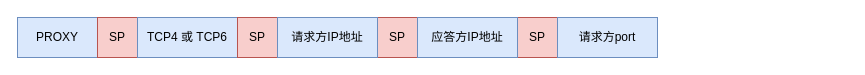
Above: HTTp.drawio in moonlightop/Blog (draw.io), before the change. Source tidied: cells renumbered, new cells numbered last; positions are measured from the earlier drawing's top-left corner, leaving out a move shared by most shapes. Both pictures are drawn from the tidied source at 100%, with x=0, y=0 at pixel (17, 17).
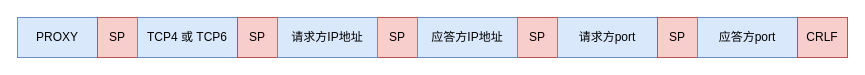
Above is the later version.

Change to the diagram source:
```diff
@@
 <mxGraphModel>
   <root>
     <mxCell id="0" />
     <mxCell id="1" parent="0" />
     <mxCell id="2" value="PROXY" style="rounded=0;whiteSpace=wrap;html=1;fillColor=#dae8fc;strokeColor=#6c8ebf;" parent="1" vertex="1">
       <mxGeometry width="80" height="40" as="geometry" />
     </mxCell>
     <mxCell id="3" value="SP" style="rounded=0;whiteSpace=wrap;html=1;fillColor=#f8cecc;strokeColor=#b85450;" parent="1" vertex="1">
       <mxGeometry x="80" width="40" height="40" as="geometry" />
     </mxCell>
     <mxCell id="4" value="TCP4 或 TCP6" style="rounded=0;whiteSpace=wrap;html=1;fillColor=#dae8fc;strokeColor=#6c8ebf;" parent="1" vertex="1">
       <mxGeometry x="120" width="100" height="40" as="geometry" />
     </mxCell>
     <mxCell id="5" value="SP" style="rounded=0;whiteSpace=wrap;html=1;fillColor=#f8cecc;strokeColor=#b85450;" parent="1" vertex="1">
       <mxGeometry x="220" width="40" height="40" as="geometry" />
     </mxCell>
     <mxCell id="6" value="请求方IP地址" style="rounded=0;whiteSpace=wrap;html=1;fillColor=#dae8fc;strokeColor=#6c8ebf;" parent="1" vertex="1">
       <mxGeometry x="260" width="100" height="40" as="geometry" />
     </mxCell>
     <mxCell id="7" value="SP" style="rounded=0;whiteSpace=wrap;html=1;fillColor=#f8cecc;strokeColor=#b85450;" parent="1" vertex="1">
       <mxGeometry x="360" width="40" height="40" as="geometry" />
     </mxCell>
     <mxCell id="8" value="请求方IP地址" style="rounded=0;whiteSpace=wrap;html=1;fillColor=#dae8fc;strokeColor=#6c8ebf;" parent="1" vertex="1">
       <mxGeometry x="260" width="100" height="40" as="geometry" />
     </mxCell>
     <mxCell id="9" value="SP" style="rounded=0;whiteSpace=wrap;html=1;fillColor=#f8cecc;strokeColor=#b85450;" parent="1" vertex="1">
       <mxGeometry x="500" width="40" height="40" as="geometry" />
     </mxCell>
     <mxCell id="10" value="请求方port" style="rounded=0;whiteSpace=wrap;html=1;fillColor=#dae8fc;strokeColor=#6c8ebf;" parent="1" vertex="1">
       <mxGeometry x="540" width="100" height="40" as="geometry" />
     </mxCell>
     <mxCell id="11" value="应答方IP地址" style="rounded=0;whiteSpace=wrap;html=1;fillColor=#dae8fc;strokeColor=#6c8ebf;" parent="1" vertex="1">
       <mxGeometry x="400" width="100" height="40" as="geometry" />
     </mxCell>
+    <mxCell id="12" value="SP" style="rounded=0;whiteSpace=wrap;html=1;fillColor=#f8cecc;strokeColor=#b85450;" parent="1" vertex="1">
+      <mxGeometry x="640" width="40" height="40" as="geometry" />
+    </mxCell>
+    <mxCell id="13" value="应答方port" style="rounded=0;whiteSpace=wrap;html=1;fillColor=#dae8fc;strokeColor=#6c8ebf;" parent="1" vertex="1">
+      <mxGeometry x="680" width="100" height="40" as="geometry" />
+    </mxCell>
+    <mxCell id="14" value="CRLF" style="rounded=0;whiteSpace=wrap;html=1;fillColor=#f8cecc;strokeColor=#b85450;" parent="1" vertex="1">
+      <mxGeometry x="780" width="50" height="40" as="geometry" />
+    </mxCell>
   </root>
 </mxGraphModel>
```
